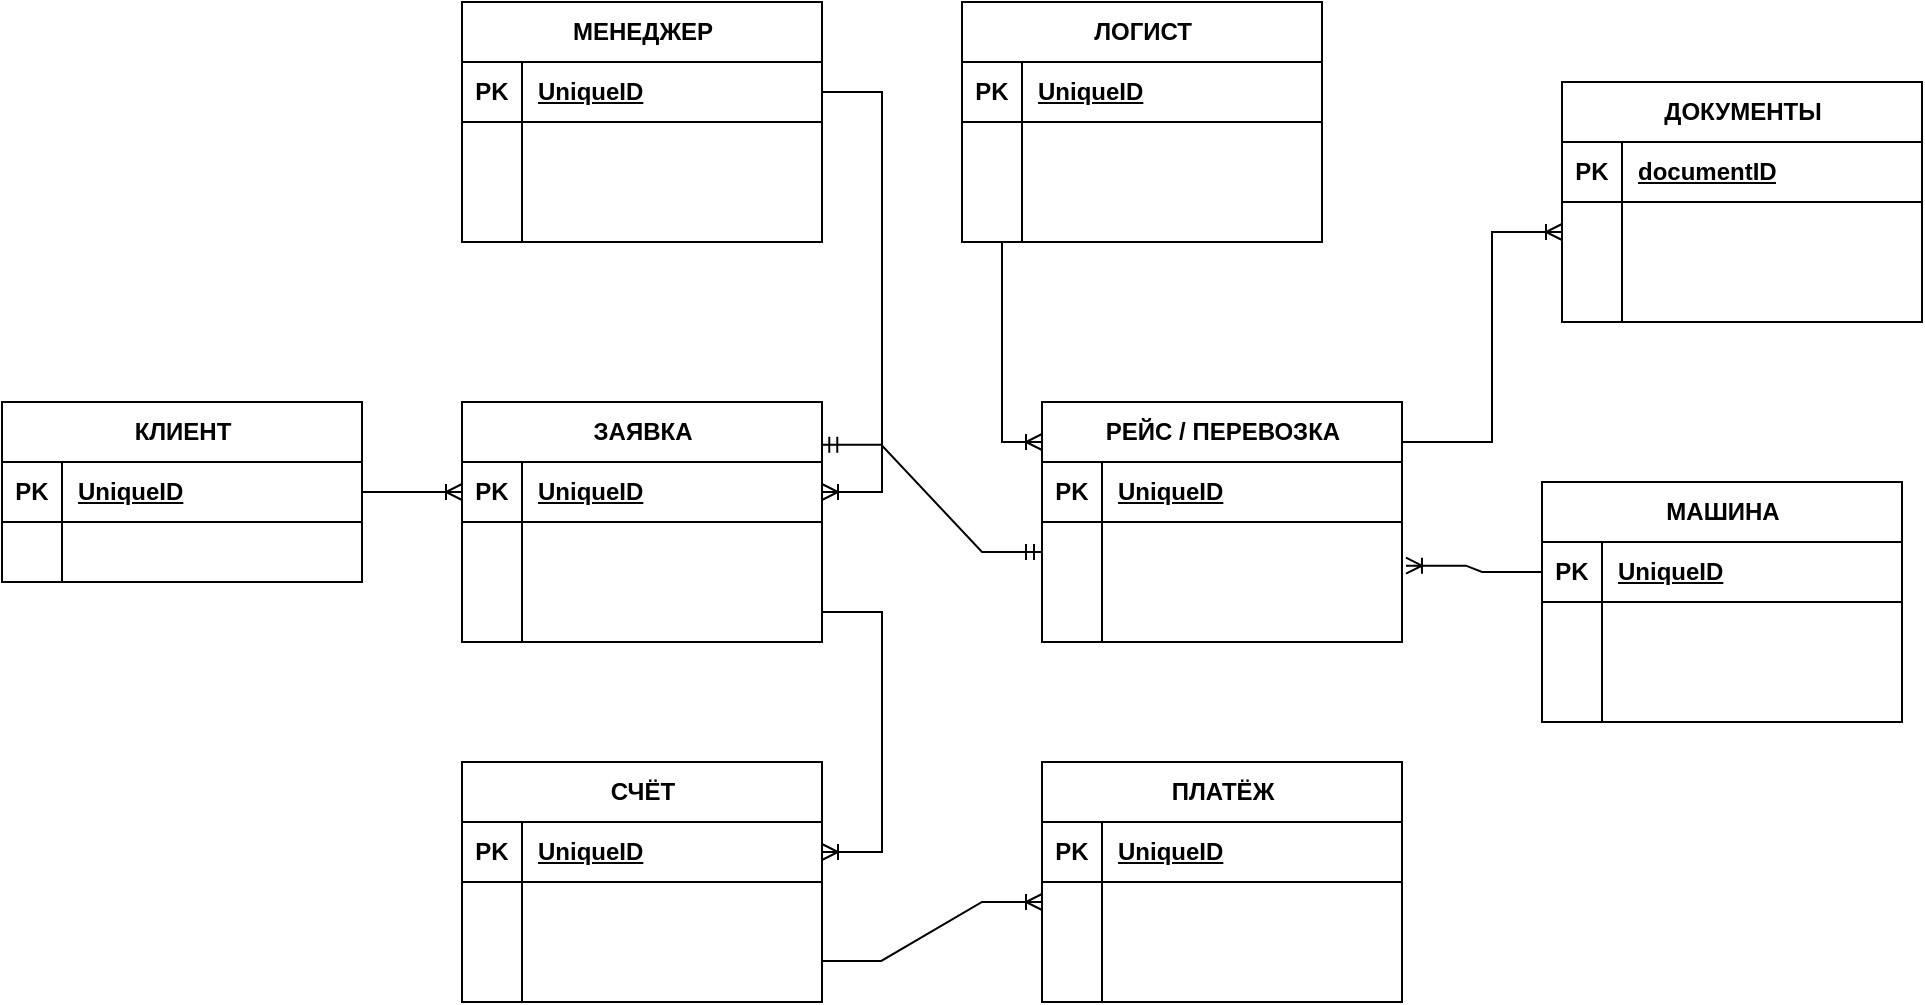
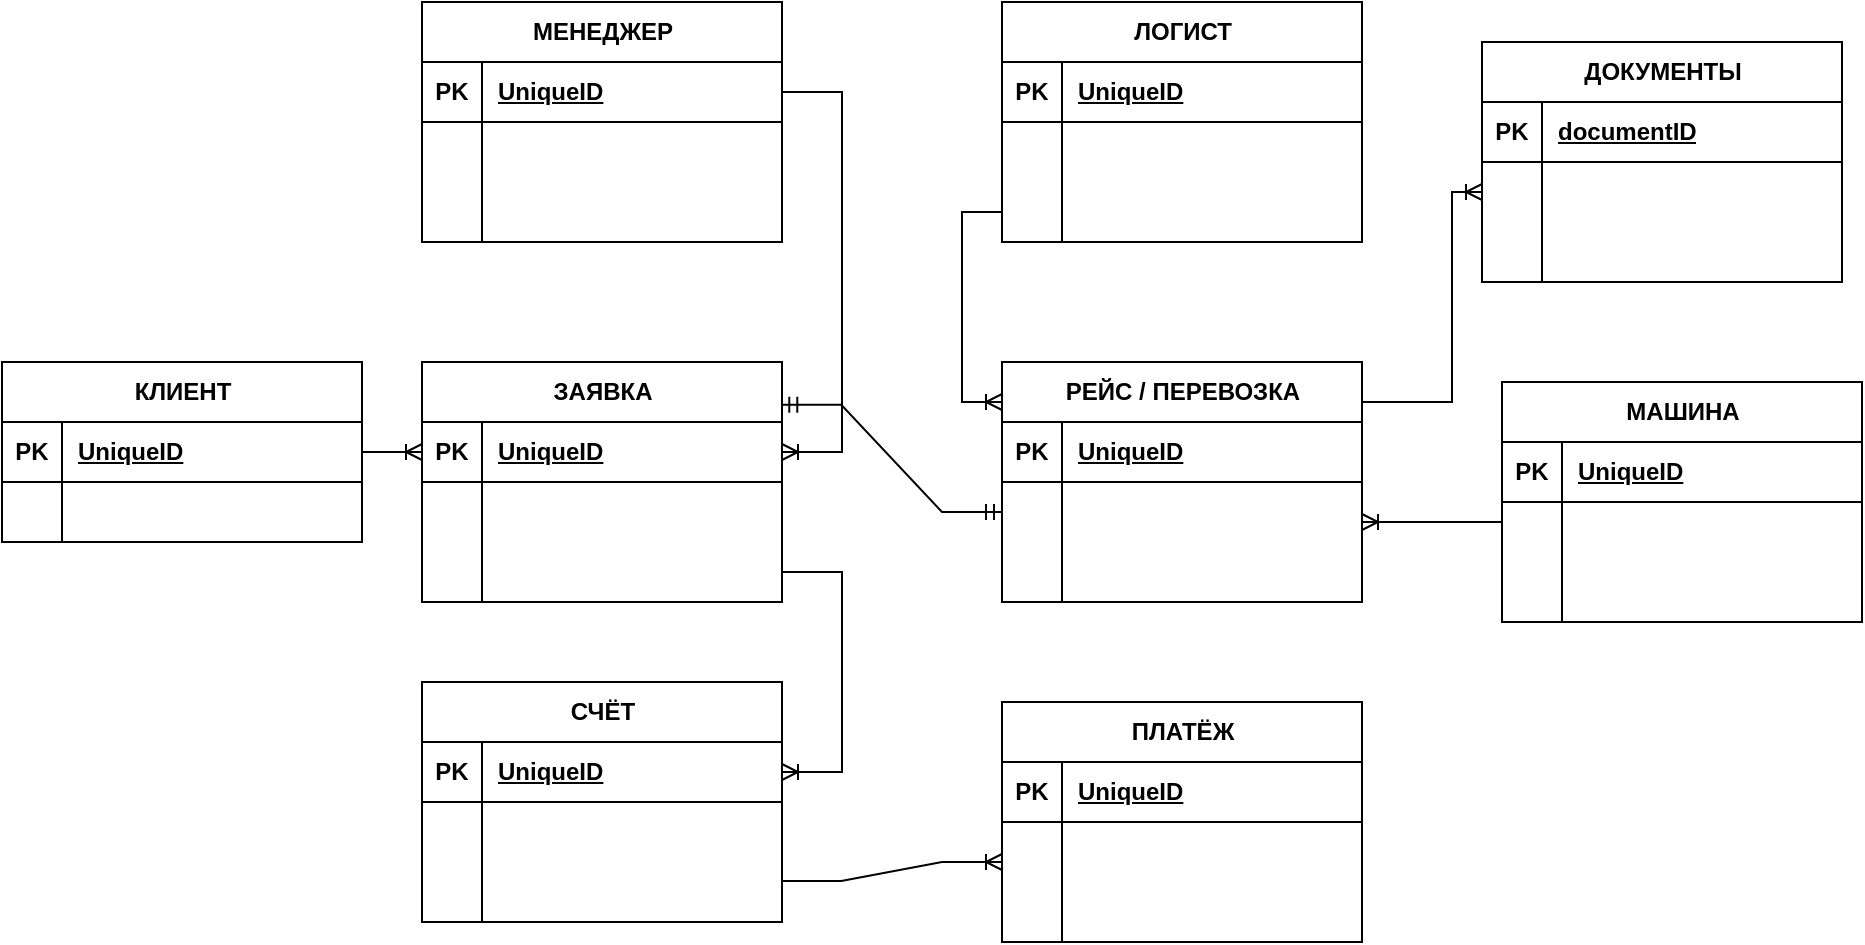
<mxfile host="app.diagrams.net" agent="Mozilla/5.0 (Windows NT 10.0; Win64; x64) AppleWebKit/537.36 (KHTML, like Gecko) Chrome/147.0.0.0 Safari/537.36">
  <diagram id="R2lEEEUBdFMjLlhIrx00" name="Page-1">
-     <mxGraphModel dx="1619" dy="777" grid="1" gridSize="10" guides="1" tooltips="1" connect="1" arrows="1" fold="1" page="1" pageScale="1" pageWidth="850" pageHeight="1100" math="0" shadow="0" extFonts="Permanent Marker^https://fonts.googleapis.com/css?family=Permanent+Marker">
+     <mxGraphModel dx="1370" dy="658" grid="1" gridSize="10" guides="1" tooltips="1" connect="1" arrows="1" fold="1" page="1" pageScale="1" pageWidth="850" pageHeight="1100" math="0" shadow="0" extFonts="Permanent Marker^https://fonts.googleapis.com/css?family=Permanent+Marker">
      <root>
        <mxCell id="0" />
        <mxCell id="1" parent="0" />
        <mxCell id="3OCup9Mj8i4Q2o5QPUCX-1" parent="1" style="shape=table;startSize=30;container=1;collapsible=1;childLayout=tableLayout;fixedRows=1;rowLines=0;fontStyle=1;align=center;resizeLast=1;html=1;" value="КЛИЕНТ" vertex="1">
-           <mxGeometry height="90" width="180" x="550" y="220" as="geometry" />
+           <mxGeometry height="90" width="180" x="570" y="220" as="geometry" />
        </mxCell>
        <mxCell id="3OCup9Mj8i4Q2o5QPUCX-2" parent="3OCup9Mj8i4Q2o5QPUCX-1" style="shape=tableRow;horizontal=0;startSize=0;swimlaneHead=0;swimlaneBody=0;fillColor=none;collapsible=0;dropTarget=0;points=[[0,0.5],[1,0.5]];portConstraint=eastwest;top=0;left=0;right=0;bottom=1;" value="" vertex="1">
          <mxGeometry height="30" width="180" y="30" as="geometry" />
        </mxCell>
        <mxCell id="3OCup9Mj8i4Q2o5QPUCX-3" parent="3OCup9Mj8i4Q2o5QPUCX-2" style="shape=partialRectangle;connectable=0;fillColor=none;top=0;left=0;bottom=0;right=0;fontStyle=1;overflow=hidden;whiteSpace=wrap;html=1;" value="PK" vertex="1">
          <mxGeometry height="30" width="30" as="geometry">
            <mxRectangle height="30" width="30" as="alternateBounds" />
          </mxGeometry>
        </mxCell>
        <mxCell id="3OCup9Mj8i4Q2o5QPUCX-4" parent="3OCup9Mj8i4Q2o5QPUCX-2" style="shape=partialRectangle;connectable=0;fillColor=none;top=0;left=0;bottom=0;right=0;align=left;spacingLeft=6;fontStyle=5;overflow=hidden;whiteSpace=wrap;html=1;" value="UniqueID" vertex="1">
          <mxGeometry height="30" width="150" x="30" as="geometry">
            <mxRectangle height="30" width="150" as="alternateBounds" />
          </mxGeometry>
        </mxCell>
        <mxCell id="3OCup9Mj8i4Q2o5QPUCX-5" parent="3OCup9Mj8i4Q2o5QPUCX-1" style="shape=tableRow;horizontal=0;startSize=0;swimlaneHead=0;swimlaneBody=0;fillColor=none;collapsible=0;dropTarget=0;points=[[0,0.5],[1,0.5]];portConstraint=eastwest;top=0;left=0;right=0;bottom=0;" value="" vertex="1">
          <mxGeometry height="30" width="180" y="60" as="geometry" />
        </mxCell>
        <mxCell id="3OCup9Mj8i4Q2o5QPUCX-6" parent="3OCup9Mj8i4Q2o5QPUCX-5" style="shape=partialRectangle;connectable=0;fillColor=none;top=0;left=0;bottom=0;right=0;editable=1;overflow=hidden;whiteSpace=wrap;html=1;" value="" vertex="1">
          <mxGeometry height="30" width="30" as="geometry">
            <mxRectangle height="30" width="30" as="alternateBounds" />
          </mxGeometry>
        </mxCell>
        <mxCell id="3OCup9Mj8i4Q2o5QPUCX-7" parent="3OCup9Mj8i4Q2o5QPUCX-5" style="shape=partialRectangle;connectable=0;fillColor=none;top=0;left=0;bottom=0;right=0;align=left;spacingLeft=6;overflow=hidden;whiteSpace=wrap;html=1;" value="" vertex="1">
          <mxGeometry height="30" width="150" x="30" as="geometry">
            <mxRectangle height="30" width="150" as="alternateBounds" />
          </mxGeometry>
        </mxCell>
        <mxCell id="3OCup9Mj8i4Q2o5QPUCX-14" parent="1" style="shape=table;startSize=30;container=1;collapsible=1;childLayout=tableLayout;fixedRows=1;rowLines=0;fontStyle=1;align=center;resizeLast=1;html=1;" value="ЗАЯВКА" vertex="1">
          <mxGeometry height="120" width="180" x="780" y="220" as="geometry" />
        </mxCell>
        <mxCell id="3OCup9Mj8i4Q2o5QPUCX-15" parent="3OCup9Mj8i4Q2o5QPUCX-14" style="shape=tableRow;horizontal=0;startSize=0;swimlaneHead=0;swimlaneBody=0;fillColor=none;collapsible=0;dropTarget=0;points=[[0,0.5],[1,0.5]];portConstraint=eastwest;top=0;left=0;right=0;bottom=1;" value="" vertex="1">
          <mxGeometry height="30" width="180" y="30" as="geometry" />
        </mxCell>
        <mxCell id="3OCup9Mj8i4Q2o5QPUCX-16" parent="3OCup9Mj8i4Q2o5QPUCX-15" style="shape=partialRectangle;connectable=0;fillColor=none;top=0;left=0;bottom=0;right=0;fontStyle=1;overflow=hidden;whiteSpace=wrap;html=1;" value="PK" vertex="1">
          <mxGeometry height="30" width="30" as="geometry">
            <mxRectangle height="30" width="30" as="alternateBounds" />
          </mxGeometry>
        </mxCell>
        <mxCell id="3OCup9Mj8i4Q2o5QPUCX-17" parent="3OCup9Mj8i4Q2o5QPUCX-15" style="shape=partialRectangle;connectable=0;fillColor=none;top=0;left=0;bottom=0;right=0;align=left;spacingLeft=6;fontStyle=5;overflow=hidden;whiteSpace=wrap;html=1;" value="UniqueID" vertex="1">
          <mxGeometry height="30" width="150" x="30" as="geometry">
            <mxRectangle height="30" width="150" as="alternateBounds" />
          </mxGeometry>
        </mxCell>
        <mxCell id="3OCup9Mj8i4Q2o5QPUCX-18" parent="3OCup9Mj8i4Q2o5QPUCX-14" style="shape=tableRow;horizontal=0;startSize=0;swimlaneHead=0;swimlaneBody=0;fillColor=none;collapsible=0;dropTarget=0;points=[[0,0.5],[1,0.5]];portConstraint=eastwest;top=0;left=0;right=0;bottom=0;" value="" vertex="1">
          <mxGeometry height="30" width="180" y="60" as="geometry" />
        </mxCell>
        <mxCell id="3OCup9Mj8i4Q2o5QPUCX-19" parent="3OCup9Mj8i4Q2o5QPUCX-18" style="shape=partialRectangle;connectable=0;fillColor=none;top=0;left=0;bottom=0;right=0;editable=1;overflow=hidden;whiteSpace=wrap;html=1;" value="" vertex="1">
          <mxGeometry height="30" width="30" as="geometry">
            <mxRectangle height="30" width="30" as="alternateBounds" />
          </mxGeometry>
        </mxCell>
        <mxCell id="3OCup9Mj8i4Q2o5QPUCX-20" parent="3OCup9Mj8i4Q2o5QPUCX-18" style="shape=partialRectangle;connectable=0;fillColor=none;top=0;left=0;bottom=0;right=0;align=left;spacingLeft=6;overflow=hidden;whiteSpace=wrap;html=1;" value="" vertex="1">
          <mxGeometry height="30" width="150" x="30" as="geometry">
            <mxRectangle height="30" width="150" as="alternateBounds" />
          </mxGeometry>
        </mxCell>
        <mxCell id="3OCup9Mj8i4Q2o5QPUCX-24" parent="3OCup9Mj8i4Q2o5QPUCX-14" style="shape=tableRow;horizontal=0;startSize=0;swimlaneHead=0;swimlaneBody=0;fillColor=none;collapsible=0;dropTarget=0;points=[[0,0.5],[1,0.5]];portConstraint=eastwest;top=0;left=0;right=0;bottom=0;" value="" vertex="1">
          <mxGeometry height="30" width="180" y="90" as="geometry" />
        </mxCell>
        <mxCell id="3OCup9Mj8i4Q2o5QPUCX-25" parent="3OCup9Mj8i4Q2o5QPUCX-24" style="shape=partialRectangle;connectable=0;fillColor=none;top=0;left=0;bottom=0;right=0;editable=1;overflow=hidden;whiteSpace=wrap;html=1;" value="" vertex="1">
          <mxGeometry height="30" width="30" as="geometry">
            <mxRectangle height="30" width="30" as="alternateBounds" />
          </mxGeometry>
        </mxCell>
        <mxCell id="3OCup9Mj8i4Q2o5QPUCX-26" parent="3OCup9Mj8i4Q2o5QPUCX-24" style="shape=partialRectangle;connectable=0;fillColor=none;top=0;left=0;bottom=0;right=0;align=left;spacingLeft=6;overflow=hidden;whiteSpace=wrap;html=1;" value="" vertex="1">
          <mxGeometry height="30" width="150" x="30" as="geometry">
            <mxRectangle height="30" width="150" as="alternateBounds" />
          </mxGeometry>
        </mxCell>
        <mxCell id="3OCup9Mj8i4Q2o5QPUCX-27" parent="1" style="shape=table;startSize=30;container=1;collapsible=1;childLayout=tableLayout;fixedRows=1;rowLines=0;fontStyle=1;align=center;resizeLast=1;html=1;" value="СЧЁТ" vertex="1">
-           <mxGeometry height="120" width="180" x="780" y="400" as="geometry" />
+           <mxGeometry height="120" width="180" x="780" y="380" as="geometry" />
        </mxCell>
        <mxCell id="3OCup9Mj8i4Q2o5QPUCX-28" parent="3OCup9Mj8i4Q2o5QPUCX-27" style="shape=tableRow;horizontal=0;startSize=0;swimlaneHead=0;swimlaneBody=0;fillColor=none;collapsible=0;dropTarget=0;points=[[0,0.5],[1,0.5]];portConstraint=eastwest;top=0;left=0;right=0;bottom=1;" value="" vertex="1">
          <mxGeometry height="30" width="180" y="30" as="geometry" />
        </mxCell>
        <mxCell id="3OCup9Mj8i4Q2o5QPUCX-29" parent="3OCup9Mj8i4Q2o5QPUCX-28" style="shape=partialRectangle;connectable=0;fillColor=none;top=0;left=0;bottom=0;right=0;fontStyle=1;overflow=hidden;whiteSpace=wrap;html=1;" value="PK" vertex="1">
          <mxGeometry height="30" width="30" as="geometry">
            <mxRectangle height="30" width="30" as="alternateBounds" />
          </mxGeometry>
        </mxCell>
        <mxCell id="3OCup9Mj8i4Q2o5QPUCX-30" parent="3OCup9Mj8i4Q2o5QPUCX-28" style="shape=partialRectangle;connectable=0;fillColor=none;top=0;left=0;bottom=0;right=0;align=left;spacingLeft=6;fontStyle=5;overflow=hidden;whiteSpace=wrap;html=1;" value="UniqueID" vertex="1">
          <mxGeometry height="30" width="150" x="30" as="geometry">
            <mxRectangle height="30" width="150" as="alternateBounds" />
          </mxGeometry>
        </mxCell>
        <mxCell id="3OCup9Mj8i4Q2o5QPUCX-31" parent="3OCup9Mj8i4Q2o5QPUCX-27" style="shape=tableRow;horizontal=0;startSize=0;swimlaneHead=0;swimlaneBody=0;fillColor=none;collapsible=0;dropTarget=0;points=[[0,0.5],[1,0.5]];portConstraint=eastwest;top=0;left=0;right=0;bottom=0;" value="" vertex="1">
          <mxGeometry height="30" width="180" y="60" as="geometry" />
        </mxCell>
        <mxCell id="3OCup9Mj8i4Q2o5QPUCX-32" parent="3OCup9Mj8i4Q2o5QPUCX-31" style="shape=partialRectangle;connectable=0;fillColor=none;top=0;left=0;bottom=0;right=0;editable=1;overflow=hidden;whiteSpace=wrap;html=1;" value="" vertex="1">
          <mxGeometry height="30" width="30" as="geometry">
            <mxRectangle height="30" width="30" as="alternateBounds" />
          </mxGeometry>
        </mxCell>
        <mxCell id="3OCup9Mj8i4Q2o5QPUCX-33" parent="3OCup9Mj8i4Q2o5QPUCX-31" style="shape=partialRectangle;connectable=0;fillColor=none;top=0;left=0;bottom=0;right=0;align=left;spacingLeft=6;overflow=hidden;whiteSpace=wrap;html=1;" value="" vertex="1">
          <mxGeometry height="30" width="150" x="30" as="geometry">
            <mxRectangle height="30" width="150" as="alternateBounds" />
          </mxGeometry>
        </mxCell>
        <mxCell id="3OCup9Mj8i4Q2o5QPUCX-34" parent="3OCup9Mj8i4Q2o5QPUCX-27" style="shape=tableRow;horizontal=0;startSize=0;swimlaneHead=0;swimlaneBody=0;fillColor=none;collapsible=0;dropTarget=0;points=[[0,0.5],[1,0.5]];portConstraint=eastwest;top=0;left=0;right=0;bottom=0;" value="" vertex="1">
          <mxGeometry height="30" width="180" y="90" as="geometry" />
        </mxCell>
        <mxCell id="3OCup9Mj8i4Q2o5QPUCX-35" parent="3OCup9Mj8i4Q2o5QPUCX-34" style="shape=partialRectangle;connectable=0;fillColor=none;top=0;left=0;bottom=0;right=0;editable=1;overflow=hidden;whiteSpace=wrap;html=1;" value="" vertex="1">
          <mxGeometry height="30" width="30" as="geometry">
            <mxRectangle height="30" width="30" as="alternateBounds" />
          </mxGeometry>
        </mxCell>
        <mxCell id="3OCup9Mj8i4Q2o5QPUCX-36" parent="3OCup9Mj8i4Q2o5QPUCX-34" style="shape=partialRectangle;connectable=0;fillColor=none;top=0;left=0;bottom=0;right=0;align=left;spacingLeft=6;overflow=hidden;whiteSpace=wrap;html=1;" value="" vertex="1">
          <mxGeometry height="30" width="150" x="30" as="geometry">
            <mxRectangle height="30" width="150" as="alternateBounds" />
          </mxGeometry>
        </mxCell>
        <mxCell id="3OCup9Mj8i4Q2o5QPUCX-40" parent="1" style="shape=table;startSize=30;container=1;collapsible=1;childLayout=tableLayout;fixedRows=1;rowLines=0;fontStyle=1;align=center;resizeLast=1;html=1;" value="РЕЙС / ПЕРЕВОЗКА" vertex="1">
          <mxGeometry height="120" width="180" x="1070" y="220" as="geometry" />
        </mxCell>
        <mxCell id="3OCup9Mj8i4Q2o5QPUCX-41" parent="3OCup9Mj8i4Q2o5QPUCX-40" style="shape=tableRow;horizontal=0;startSize=0;swimlaneHead=0;swimlaneBody=0;fillColor=none;collapsible=0;dropTarget=0;points=[[0,0.5],[1,0.5]];portConstraint=eastwest;top=0;left=0;right=0;bottom=1;" value="" vertex="1">
          <mxGeometry height="30" width="180" y="30" as="geometry" />
        </mxCell>
        <mxCell id="3OCup9Mj8i4Q2o5QPUCX-42" parent="3OCup9Mj8i4Q2o5QPUCX-41" style="shape=partialRectangle;connectable=0;fillColor=none;top=0;left=0;bottom=0;right=0;fontStyle=1;overflow=hidden;whiteSpace=wrap;html=1;" value="PK" vertex="1">
          <mxGeometry height="30" width="30" as="geometry">
            <mxRectangle height="30" width="30" as="alternateBounds" />
          </mxGeometry>
        </mxCell>
        <mxCell id="3OCup9Mj8i4Q2o5QPUCX-43" parent="3OCup9Mj8i4Q2o5QPUCX-41" style="shape=partialRectangle;connectable=0;fillColor=none;top=0;left=0;bottom=0;right=0;align=left;spacingLeft=6;fontStyle=5;overflow=hidden;whiteSpace=wrap;html=1;" value="UniqueID" vertex="1">
          <mxGeometry height="30" width="150" x="30" as="geometry">
            <mxRectangle height="30" width="150" as="alternateBounds" />
          </mxGeometry>
        </mxCell>
        <mxCell id="3OCup9Mj8i4Q2o5QPUCX-44" parent="3OCup9Mj8i4Q2o5QPUCX-40" style="shape=tableRow;horizontal=0;startSize=0;swimlaneHead=0;swimlaneBody=0;fillColor=none;collapsible=0;dropTarget=0;points=[[0,0.5],[1,0.5]];portConstraint=eastwest;top=0;left=0;right=0;bottom=0;" value="" vertex="1">
          <mxGeometry height="30" width="180" y="60" as="geometry" />
        </mxCell>
        <mxCell id="3OCup9Mj8i4Q2o5QPUCX-45" parent="3OCup9Mj8i4Q2o5QPUCX-44" style="shape=partialRectangle;connectable=0;fillColor=none;top=0;left=0;bottom=0;right=0;editable=1;overflow=hidden;whiteSpace=wrap;html=1;" value="" vertex="1">
          <mxGeometry height="30" width="30" as="geometry">
            <mxRectangle height="30" width="30" as="alternateBounds" />
          </mxGeometry>
        </mxCell>
        <mxCell id="3OCup9Mj8i4Q2o5QPUCX-46" parent="3OCup9Mj8i4Q2o5QPUCX-44" style="shape=partialRectangle;connectable=0;fillColor=none;top=0;left=0;bottom=0;right=0;align=left;spacingLeft=6;overflow=hidden;whiteSpace=wrap;html=1;" value="" vertex="1">
          <mxGeometry height="30" width="150" x="30" as="geometry">
            <mxRectangle height="30" width="150" as="alternateBounds" />
          </mxGeometry>
        </mxCell>
        <mxCell id="3OCup9Mj8i4Q2o5QPUCX-47" parent="3OCup9Mj8i4Q2o5QPUCX-40" style="shape=tableRow;horizontal=0;startSize=0;swimlaneHead=0;swimlaneBody=0;fillColor=none;collapsible=0;dropTarget=0;points=[[0,0.5],[1,0.5]];portConstraint=eastwest;top=0;left=0;right=0;bottom=0;" value="" vertex="1">
          <mxGeometry height="30" width="180" y="90" as="geometry" />
        </mxCell>
        <mxCell id="3OCup9Mj8i4Q2o5QPUCX-48" parent="3OCup9Mj8i4Q2o5QPUCX-47" style="shape=partialRectangle;connectable=0;fillColor=none;top=0;left=0;bottom=0;right=0;editable=1;overflow=hidden;whiteSpace=wrap;html=1;" value="" vertex="1">
          <mxGeometry height="30" width="30" as="geometry">
            <mxRectangle height="30" width="30" as="alternateBounds" />
          </mxGeometry>
        </mxCell>
        <mxCell id="3OCup9Mj8i4Q2o5QPUCX-49" parent="3OCup9Mj8i4Q2o5QPUCX-47" style="shape=partialRectangle;connectable=0;fillColor=none;top=0;left=0;bottom=0;right=0;align=left;spacingLeft=6;overflow=hidden;whiteSpace=wrap;html=1;" value="" vertex="1">
          <mxGeometry height="30" width="150" x="30" as="geometry">
            <mxRectangle height="30" width="150" as="alternateBounds" />
          </mxGeometry>
        </mxCell>
        <mxCell id="3OCup9Mj8i4Q2o5QPUCX-53" parent="1" style="shape=table;startSize=30;container=1;collapsible=1;childLayout=tableLayout;fixedRows=1;rowLines=0;fontStyle=1;align=center;resizeLast=1;html=1;" value="МАШИНА" vertex="1">
-           <mxGeometry height="120" width="180" x="1320" y="260" as="geometry" />
+           <mxGeometry height="120" width="180" x="1320" y="230" as="geometry" />
        </mxCell>
        <mxCell id="3OCup9Mj8i4Q2o5QPUCX-54" parent="3OCup9Mj8i4Q2o5QPUCX-53" style="shape=tableRow;horizontal=0;startSize=0;swimlaneHead=0;swimlaneBody=0;fillColor=none;collapsible=0;dropTarget=0;points=[[0,0.5],[1,0.5]];portConstraint=eastwest;top=0;left=0;right=0;bottom=1;" value="" vertex="1">
          <mxGeometry height="30" width="180" y="30" as="geometry" />
        </mxCell>
        <mxCell id="3OCup9Mj8i4Q2o5QPUCX-55" parent="3OCup9Mj8i4Q2o5QPUCX-54" style="shape=partialRectangle;connectable=0;fillColor=none;top=0;left=0;bottom=0;right=0;fontStyle=1;overflow=hidden;whiteSpace=wrap;html=1;" value="PK" vertex="1">
          <mxGeometry height="30" width="30" as="geometry">
            <mxRectangle height="30" width="30" as="alternateBounds" />
          </mxGeometry>
        </mxCell>
        <mxCell id="3OCup9Mj8i4Q2o5QPUCX-56" parent="3OCup9Mj8i4Q2o5QPUCX-54" style="shape=partialRectangle;connectable=0;fillColor=none;top=0;left=0;bottom=0;right=0;align=left;spacingLeft=6;fontStyle=5;overflow=hidden;whiteSpace=wrap;html=1;" value="UniqueID" vertex="1">
          <mxGeometry height="30" width="150" x="30" as="geometry">
            <mxRectangle height="30" width="150" as="alternateBounds" />
          </mxGeometry>
        </mxCell>
        <mxCell id="3OCup9Mj8i4Q2o5QPUCX-57" parent="3OCup9Mj8i4Q2o5QPUCX-53" style="shape=tableRow;horizontal=0;startSize=0;swimlaneHead=0;swimlaneBody=0;fillColor=none;collapsible=0;dropTarget=0;points=[[0,0.5],[1,0.5]];portConstraint=eastwest;top=0;left=0;right=0;bottom=0;" value="" vertex="1">
          <mxGeometry height="30" width="180" y="60" as="geometry" />
        </mxCell>
        <mxCell id="3OCup9Mj8i4Q2o5QPUCX-58" parent="3OCup9Mj8i4Q2o5QPUCX-57" style="shape=partialRectangle;connectable=0;fillColor=none;top=0;left=0;bottom=0;right=0;editable=1;overflow=hidden;whiteSpace=wrap;html=1;" value="" vertex="1">
          <mxGeometry height="30" width="30" as="geometry">
            <mxRectangle height="30" width="30" as="alternateBounds" />
          </mxGeometry>
        </mxCell>
        <mxCell id="3OCup9Mj8i4Q2o5QPUCX-59" parent="3OCup9Mj8i4Q2o5QPUCX-57" style="shape=partialRectangle;connectable=0;fillColor=none;top=0;left=0;bottom=0;right=0;align=left;spacingLeft=6;overflow=hidden;whiteSpace=wrap;html=1;" value="" vertex="1">
          <mxGeometry height="30" width="150" x="30" as="geometry">
            <mxRectangle height="30" width="150" as="alternateBounds" />
          </mxGeometry>
        </mxCell>
        <mxCell id="3OCup9Mj8i4Q2o5QPUCX-60" parent="3OCup9Mj8i4Q2o5QPUCX-53" style="shape=tableRow;horizontal=0;startSize=0;swimlaneHead=0;swimlaneBody=0;fillColor=none;collapsible=0;dropTarget=0;points=[[0,0.5],[1,0.5]];portConstraint=eastwest;top=0;left=0;right=0;bottom=0;" value="" vertex="1">
          <mxGeometry height="30" width="180" y="90" as="geometry" />
        </mxCell>
        <mxCell id="3OCup9Mj8i4Q2o5QPUCX-61" parent="3OCup9Mj8i4Q2o5QPUCX-60" style="shape=partialRectangle;connectable=0;fillColor=none;top=0;left=0;bottom=0;right=0;editable=1;overflow=hidden;whiteSpace=wrap;html=1;" value="" vertex="1">
          <mxGeometry height="30" width="30" as="geometry">
            <mxRectangle height="30" width="30" as="alternateBounds" />
          </mxGeometry>
        </mxCell>
        <mxCell id="3OCup9Mj8i4Q2o5QPUCX-62" parent="3OCup9Mj8i4Q2o5QPUCX-60" style="shape=partialRectangle;connectable=0;fillColor=none;top=0;left=0;bottom=0;right=0;align=left;spacingLeft=6;overflow=hidden;whiteSpace=wrap;html=1;" value="" vertex="1">
          <mxGeometry height="30" width="150" x="30" as="geometry">
            <mxRectangle height="30" width="150" as="alternateBounds" />
          </mxGeometry>
        </mxCell>
        <mxCell id="3OCup9Mj8i4Q2o5QPUCX-66" parent="1" style="shape=table;startSize=30;container=1;collapsible=1;childLayout=tableLayout;fixedRows=1;rowLines=0;fontStyle=1;align=center;resizeLast=1;html=1;" value="МЕНЕДЖЕР" vertex="1">
-           <mxGeometry height="120" width="180" x="780" y="20" as="geometry" />
+           <mxGeometry height="120" width="180" x="780" y="40" as="geometry" />
        </mxCell>
        <mxCell id="3OCup9Mj8i4Q2o5QPUCX-67" parent="3OCup9Mj8i4Q2o5QPUCX-66" style="shape=tableRow;horizontal=0;startSize=0;swimlaneHead=0;swimlaneBody=0;fillColor=none;collapsible=0;dropTarget=0;points=[[0,0.5],[1,0.5]];portConstraint=eastwest;top=0;left=0;right=0;bottom=1;" value="" vertex="1">
          <mxGeometry height="30" width="180" y="30" as="geometry" />
        </mxCell>
        <mxCell id="3OCup9Mj8i4Q2o5QPUCX-68" parent="3OCup9Mj8i4Q2o5QPUCX-67" style="shape=partialRectangle;connectable=0;fillColor=none;top=0;left=0;bottom=0;right=0;fontStyle=1;overflow=hidden;whiteSpace=wrap;html=1;" value="PK" vertex="1">
          <mxGeometry height="30" width="30" as="geometry">
            <mxRectangle height="30" width="30" as="alternateBounds" />
          </mxGeometry>
        </mxCell>
        <mxCell id="3OCup9Mj8i4Q2o5QPUCX-69" parent="3OCup9Mj8i4Q2o5QPUCX-67" style="shape=partialRectangle;connectable=0;fillColor=none;top=0;left=0;bottom=0;right=0;align=left;spacingLeft=6;fontStyle=5;overflow=hidden;whiteSpace=wrap;html=1;" value="UniqueID" vertex="1">
          <mxGeometry height="30" width="150" x="30" as="geometry">
            <mxRectangle height="30" width="150" as="alternateBounds" />
          </mxGeometry>
        </mxCell>
        <mxCell id="3OCup9Mj8i4Q2o5QPUCX-70" parent="3OCup9Mj8i4Q2o5QPUCX-66" style="shape=tableRow;horizontal=0;startSize=0;swimlaneHead=0;swimlaneBody=0;fillColor=none;collapsible=0;dropTarget=0;points=[[0,0.5],[1,0.5]];portConstraint=eastwest;top=0;left=0;right=0;bottom=0;" value="" vertex="1">
          <mxGeometry height="30" width="180" y="60" as="geometry" />
        </mxCell>
        <mxCell id="3OCup9Mj8i4Q2o5QPUCX-71" parent="3OCup9Mj8i4Q2o5QPUCX-70" style="shape=partialRectangle;connectable=0;fillColor=none;top=0;left=0;bottom=0;right=0;editable=1;overflow=hidden;whiteSpace=wrap;html=1;" value="" vertex="1">
          <mxGeometry height="30" width="30" as="geometry">
            <mxRectangle height="30" width="30" as="alternateBounds" />
          </mxGeometry>
        </mxCell>
        <mxCell id="3OCup9Mj8i4Q2o5QPUCX-72" parent="3OCup9Mj8i4Q2o5QPUCX-70" style="shape=partialRectangle;connectable=0;fillColor=none;top=0;left=0;bottom=0;right=0;align=left;spacingLeft=6;overflow=hidden;whiteSpace=wrap;html=1;" value="" vertex="1">
          <mxGeometry height="30" width="150" x="30" as="geometry">
            <mxRectangle height="30" width="150" as="alternateBounds" />
          </mxGeometry>
        </mxCell>
        <mxCell id="3OCup9Mj8i4Q2o5QPUCX-76" parent="3OCup9Mj8i4Q2o5QPUCX-66" style="shape=tableRow;horizontal=0;startSize=0;swimlaneHead=0;swimlaneBody=0;fillColor=none;collapsible=0;dropTarget=0;points=[[0,0.5],[1,0.5]];portConstraint=eastwest;top=0;left=0;right=0;bottom=0;" value="" vertex="1">
          <mxGeometry height="30" width="180" y="90" as="geometry" />
        </mxCell>
        <mxCell id="3OCup9Mj8i4Q2o5QPUCX-77" parent="3OCup9Mj8i4Q2o5QPUCX-76" style="shape=partialRectangle;connectable=0;fillColor=none;top=0;left=0;bottom=0;right=0;editable=1;overflow=hidden;whiteSpace=wrap;html=1;" value="" vertex="1">
          <mxGeometry height="30" width="30" as="geometry">
            <mxRectangle height="30" width="30" as="alternateBounds" />
          </mxGeometry>
        </mxCell>
        <mxCell id="3OCup9Mj8i4Q2o5QPUCX-78" parent="3OCup9Mj8i4Q2o5QPUCX-76" style="shape=partialRectangle;connectable=0;fillColor=none;top=0;left=0;bottom=0;right=0;align=left;spacingLeft=6;overflow=hidden;whiteSpace=wrap;html=1;" value="" vertex="1">
          <mxGeometry height="30" width="150" x="30" as="geometry">
            <mxRectangle height="30" width="150" as="alternateBounds" />
          </mxGeometry>
        </mxCell>
        <mxCell id="QxH2S9N-whfPdTWI1Ru4-2" parent="1" style="shape=table;startSize=30;container=1;collapsible=1;childLayout=tableLayout;fixedRows=1;rowLines=0;fontStyle=1;align=center;resizeLast=1;html=1;" value="ПЛАТЁЖ" vertex="1">
-           <mxGeometry height="120" width="180" x="1070" y="400" as="geometry" />
+           <mxGeometry height="120" width="180" x="1070" y="390" as="geometry" />
        </mxCell>
        <mxCell id="QxH2S9N-whfPdTWI1Ru4-3" parent="QxH2S9N-whfPdTWI1Ru4-2" style="shape=tableRow;horizontal=0;startSize=0;swimlaneHead=0;swimlaneBody=0;fillColor=none;collapsible=0;dropTarget=0;points=[[0,0.5],[1,0.5]];portConstraint=eastwest;top=0;left=0;right=0;bottom=1;" value="" vertex="1">
          <mxGeometry height="30" width="180" y="30" as="geometry" />
        </mxCell>
        <mxCell id="QxH2S9N-whfPdTWI1Ru4-4" parent="QxH2S9N-whfPdTWI1Ru4-3" style="shape=partialRectangle;connectable=0;fillColor=none;top=0;left=0;bottom=0;right=0;fontStyle=1;overflow=hidden;whiteSpace=wrap;html=1;" value="PK" vertex="1">
          <mxGeometry height="30" width="30" as="geometry">
            <mxRectangle height="30" width="30" as="alternateBounds" />
          </mxGeometry>
        </mxCell>
        <mxCell id="QxH2S9N-whfPdTWI1Ru4-5" parent="QxH2S9N-whfPdTWI1Ru4-3" style="shape=partialRectangle;connectable=0;fillColor=none;top=0;left=0;bottom=0;right=0;align=left;spacingLeft=6;fontStyle=5;overflow=hidden;whiteSpace=wrap;html=1;" value="UniqueID" vertex="1">
          <mxGeometry height="30" width="150" x="30" as="geometry">
            <mxRectangle height="30" width="150" as="alternateBounds" />
          </mxGeometry>
        </mxCell>
        <mxCell id="QxH2S9N-whfPdTWI1Ru4-6" parent="QxH2S9N-whfPdTWI1Ru4-2" style="shape=tableRow;horizontal=0;startSize=0;swimlaneHead=0;swimlaneBody=0;fillColor=none;collapsible=0;dropTarget=0;points=[[0,0.5],[1,0.5]];portConstraint=eastwest;top=0;left=0;right=0;bottom=0;" value="" vertex="1">
          <mxGeometry height="30" width="180" y="60" as="geometry" />
        </mxCell>
        <mxCell id="QxH2S9N-whfPdTWI1Ru4-7" parent="QxH2S9N-whfPdTWI1Ru4-6" style="shape=partialRectangle;connectable=0;fillColor=none;top=0;left=0;bottom=0;right=0;editable=1;overflow=hidden;whiteSpace=wrap;html=1;" value="" vertex="1">
          <mxGeometry height="30" width="30" as="geometry">
            <mxRectangle height="30" width="30" as="alternateBounds" />
          </mxGeometry>
        </mxCell>
        <mxCell id="QxH2S9N-whfPdTWI1Ru4-8" parent="QxH2S9N-whfPdTWI1Ru4-6" style="shape=partialRectangle;connectable=0;fillColor=none;top=0;left=0;bottom=0;right=0;align=left;spacingLeft=6;overflow=hidden;whiteSpace=wrap;html=1;" value="" vertex="1">
          <mxGeometry height="30" width="150" x="30" as="geometry">
            <mxRectangle height="30" width="150" as="alternateBounds" />
          </mxGeometry>
        </mxCell>
        <mxCell id="QxH2S9N-whfPdTWI1Ru4-9" parent="QxH2S9N-whfPdTWI1Ru4-2" style="shape=tableRow;horizontal=0;startSize=0;swimlaneHead=0;swimlaneBody=0;fillColor=none;collapsible=0;dropTarget=0;points=[[0,0.5],[1,0.5]];portConstraint=eastwest;top=0;left=0;right=0;bottom=0;" value="" vertex="1">
          <mxGeometry height="30" width="180" y="90" as="geometry" />
        </mxCell>
        <mxCell id="QxH2S9N-whfPdTWI1Ru4-10" parent="QxH2S9N-whfPdTWI1Ru4-9" style="shape=partialRectangle;connectable=0;fillColor=none;top=0;left=0;bottom=0;right=0;editable=1;overflow=hidden;whiteSpace=wrap;html=1;" value="" vertex="1">
          <mxGeometry height="30" width="30" as="geometry">
            <mxRectangle height="30" width="30" as="alternateBounds" />
          </mxGeometry>
        </mxCell>
        <mxCell id="QxH2S9N-whfPdTWI1Ru4-11" parent="QxH2S9N-whfPdTWI1Ru4-9" style="shape=partialRectangle;connectable=0;fillColor=none;top=0;left=0;bottom=0;right=0;align=left;spacingLeft=6;overflow=hidden;whiteSpace=wrap;html=1;" value="" vertex="1">
          <mxGeometry height="30" width="150" x="30" as="geometry">
            <mxRectangle height="30" width="150" as="alternateBounds" />
          </mxGeometry>
        </mxCell>
        <mxCell id="QxH2S9N-whfPdTWI1Ru4-15" parent="1" style="shape=table;startSize=30;container=1;collapsible=1;childLayout=tableLayout;fixedRows=1;rowLines=0;fontStyle=1;align=center;resizeLast=1;html=1;" value="ЛОГИСТ" vertex="1">
-           <mxGeometry height="120" width="180" x="1030" y="20" as="geometry" />
+           <mxGeometry height="120" width="180" x="1070" y="40" as="geometry" />
        </mxCell>
        <mxCell id="QxH2S9N-whfPdTWI1Ru4-16" parent="QxH2S9N-whfPdTWI1Ru4-15" style="shape=tableRow;horizontal=0;startSize=0;swimlaneHead=0;swimlaneBody=0;fillColor=none;collapsible=0;dropTarget=0;points=[[0,0.5],[1,0.5]];portConstraint=eastwest;top=0;left=0;right=0;bottom=1;" value="" vertex="1">
          <mxGeometry height="30" width="180" y="30" as="geometry" />
        </mxCell>
        <mxCell id="QxH2S9N-whfPdTWI1Ru4-17" parent="QxH2S9N-whfPdTWI1Ru4-16" style="shape=partialRectangle;connectable=0;fillColor=none;top=0;left=0;bottom=0;right=0;fontStyle=1;overflow=hidden;whiteSpace=wrap;html=1;" value="PK" vertex="1">
          <mxGeometry height="30" width="30" as="geometry">
            <mxRectangle height="30" width="30" as="alternateBounds" />
          </mxGeometry>
        </mxCell>
        <mxCell id="QxH2S9N-whfPdTWI1Ru4-18" parent="QxH2S9N-whfPdTWI1Ru4-16" style="shape=partialRectangle;connectable=0;fillColor=none;top=0;left=0;bottom=0;right=0;align=left;spacingLeft=6;fontStyle=5;overflow=hidden;whiteSpace=wrap;html=1;" value="UniqueID" vertex="1">
          <mxGeometry height="30" width="150" x="30" as="geometry">
            <mxRectangle height="30" width="150" as="alternateBounds" />
          </mxGeometry>
        </mxCell>
        <mxCell id="QxH2S9N-whfPdTWI1Ru4-19" parent="QxH2S9N-whfPdTWI1Ru4-15" style="shape=tableRow;horizontal=0;startSize=0;swimlaneHead=0;swimlaneBody=0;fillColor=none;collapsible=0;dropTarget=0;points=[[0,0.5],[1,0.5]];portConstraint=eastwest;top=0;left=0;right=0;bottom=0;" value="" vertex="1">
          <mxGeometry height="30" width="180" y="60" as="geometry" />
        </mxCell>
        <mxCell id="QxH2S9N-whfPdTWI1Ru4-20" parent="QxH2S9N-whfPdTWI1Ru4-19" style="shape=partialRectangle;connectable=0;fillColor=none;top=0;left=0;bottom=0;right=0;editable=1;overflow=hidden;whiteSpace=wrap;html=1;" value="" vertex="1">
          <mxGeometry height="30" width="30" as="geometry">
            <mxRectangle height="30" width="30" as="alternateBounds" />
          </mxGeometry>
        </mxCell>
        <mxCell id="QxH2S9N-whfPdTWI1Ru4-21" parent="QxH2S9N-whfPdTWI1Ru4-19" style="shape=partialRectangle;connectable=0;fillColor=none;top=0;left=0;bottom=0;right=0;align=left;spacingLeft=6;overflow=hidden;whiteSpace=wrap;html=1;" value="" vertex="1">
          <mxGeometry height="30" width="150" x="30" as="geometry">
            <mxRectangle height="30" width="150" as="alternateBounds" />
          </mxGeometry>
        </mxCell>
        <mxCell id="QxH2S9N-whfPdTWI1Ru4-25" parent="QxH2S9N-whfPdTWI1Ru4-15" style="shape=tableRow;horizontal=0;startSize=0;swimlaneHead=0;swimlaneBody=0;fillColor=none;collapsible=0;dropTarget=0;points=[[0,0.5],[1,0.5]];portConstraint=eastwest;top=0;left=0;right=0;bottom=0;" value="" vertex="1">
          <mxGeometry height="30" width="180" y="90" as="geometry" />
        </mxCell>
        <mxCell id="QxH2S9N-whfPdTWI1Ru4-26" parent="QxH2S9N-whfPdTWI1Ru4-25" style="shape=partialRectangle;connectable=0;fillColor=none;top=0;left=0;bottom=0;right=0;editable=1;overflow=hidden;whiteSpace=wrap;html=1;" value="" vertex="1">
          <mxGeometry height="30" width="30" as="geometry">
            <mxRectangle height="30" width="30" as="alternateBounds" />
          </mxGeometry>
        </mxCell>
        <mxCell id="QxH2S9N-whfPdTWI1Ru4-27" parent="QxH2S9N-whfPdTWI1Ru4-25" style="shape=partialRectangle;connectable=0;fillColor=none;top=0;left=0;bottom=0;right=0;align=left;spacingLeft=6;overflow=hidden;whiteSpace=wrap;html=1;" value="" vertex="1">
          <mxGeometry height="30" width="150" x="30" as="geometry">
            <mxRectangle height="30" width="150" as="alternateBounds" />
          </mxGeometry>
        </mxCell>
        <mxCell id="QxH2S9N-whfPdTWI1Ru4-28" parent="1" style="shape=table;startSize=30;container=1;collapsible=1;childLayout=tableLayout;fixedRows=1;rowLines=0;fontStyle=1;align=center;resizeLast=1;html=1;" value="ДОКУМЕНТЫ" vertex="1">
-           <mxGeometry height="120" width="180" x="1330" y="60" as="geometry" />
+           <mxGeometry height="120" width="180" x="1310" y="60" as="geometry" />
        </mxCell>
        <mxCell id="QxH2S9N-whfPdTWI1Ru4-29" parent="QxH2S9N-whfPdTWI1Ru4-28" style="shape=tableRow;horizontal=0;startSize=0;swimlaneHead=0;swimlaneBody=0;fillColor=none;collapsible=0;dropTarget=0;points=[[0,0.5],[1,0.5]];portConstraint=eastwest;top=0;left=0;right=0;bottom=1;" value="" vertex="1">
          <mxGeometry height="30" width="180" y="30" as="geometry" />
        </mxCell>
        <mxCell id="QxH2S9N-whfPdTWI1Ru4-30" parent="QxH2S9N-whfPdTWI1Ru4-29" style="shape=partialRectangle;connectable=0;fillColor=none;top=0;left=0;bottom=0;right=0;fontStyle=1;overflow=hidden;whiteSpace=wrap;html=1;" value="PK" vertex="1">
          <mxGeometry height="30" width="30" as="geometry">
            <mxRectangle height="30" width="30" as="alternateBounds" />
          </mxGeometry>
        </mxCell>
        <mxCell id="QxH2S9N-whfPdTWI1Ru4-31" parent="QxH2S9N-whfPdTWI1Ru4-29" style="shape=partialRectangle;connectable=0;fillColor=none;top=0;left=0;bottom=0;right=0;align=left;spacingLeft=6;fontStyle=5;overflow=hidden;whiteSpace=wrap;html=1;" value="documentID" vertex="1">
          <mxGeometry height="30" width="150" x="30" as="geometry">
            <mxRectangle height="30" width="150" as="alternateBounds" />
          </mxGeometry>
        </mxCell>
        <mxCell id="QxH2S9N-whfPdTWI1Ru4-32" parent="QxH2S9N-whfPdTWI1Ru4-28" style="shape=tableRow;horizontal=0;startSize=0;swimlaneHead=0;swimlaneBody=0;fillColor=none;collapsible=0;dropTarget=0;points=[[0,0.5],[1,0.5]];portConstraint=eastwest;top=0;left=0;right=0;bottom=0;" value="" vertex="1">
          <mxGeometry height="30" width="180" y="60" as="geometry" />
        </mxCell>
        <mxCell id="QxH2S9N-whfPdTWI1Ru4-33" parent="QxH2S9N-whfPdTWI1Ru4-32" style="shape=partialRectangle;connectable=0;fillColor=none;top=0;left=0;bottom=0;right=0;editable=1;overflow=hidden;whiteSpace=wrap;html=1;" value="" vertex="1">
          <mxGeometry height="30" width="30" as="geometry">
            <mxRectangle height="30" width="30" as="alternateBounds" />
          </mxGeometry>
        </mxCell>
        <mxCell id="QxH2S9N-whfPdTWI1Ru4-34" parent="QxH2S9N-whfPdTWI1Ru4-32" style="shape=partialRectangle;connectable=0;fillColor=none;top=0;left=0;bottom=0;right=0;align=left;spacingLeft=6;overflow=hidden;whiteSpace=wrap;html=1;" value="" vertex="1">
          <mxGeometry height="30" width="150" x="30" as="geometry">
            <mxRectangle height="30" width="150" as="alternateBounds" />
          </mxGeometry>
        </mxCell>
        <mxCell id="QxH2S9N-whfPdTWI1Ru4-35" parent="QxH2S9N-whfPdTWI1Ru4-28" style="shape=tableRow;horizontal=0;startSize=0;swimlaneHead=0;swimlaneBody=0;fillColor=none;collapsible=0;dropTarget=0;points=[[0,0.5],[1,0.5]];portConstraint=eastwest;top=0;left=0;right=0;bottom=0;" value="" vertex="1">
          <mxGeometry height="30" width="180" y="90" as="geometry" />
        </mxCell>
        <mxCell id="QxH2S9N-whfPdTWI1Ru4-36" parent="QxH2S9N-whfPdTWI1Ru4-35" style="shape=partialRectangle;connectable=0;fillColor=none;top=0;left=0;bottom=0;right=0;editable=1;overflow=hidden;whiteSpace=wrap;html=1;" value="" vertex="1">
          <mxGeometry height="30" width="30" as="geometry">
            <mxRectangle height="30" width="30" as="alternateBounds" />
          </mxGeometry>
        </mxCell>
        <mxCell id="QxH2S9N-whfPdTWI1Ru4-37" parent="QxH2S9N-whfPdTWI1Ru4-35" style="shape=partialRectangle;connectable=0;fillColor=none;top=0;left=0;bottom=0;right=0;align=left;spacingLeft=6;overflow=hidden;whiteSpace=wrap;html=1;" value="" vertex="1">
          <mxGeometry height="30" width="150" x="30" as="geometry">
            <mxRectangle height="30" width="150" as="alternateBounds" />
          </mxGeometry>
        </mxCell>
        <mxCell id="QxH2S9N-whfPdTWI1Ru4-44" edge="1" parent="1" source="3OCup9Mj8i4Q2o5QPUCX-2" style="edgeStyle=entityRelationEdgeStyle;fontSize=12;html=1;endArrow=ERoneToMany;rounded=0;exitX=1;exitY=0.5;exitDx=0;exitDy=0;entryX=0;entryY=0.5;entryDx=0;entryDy=0;" target="3OCup9Mj8i4Q2o5QPUCX-15" value="">
          <mxGeometry height="100" relative="1" width="100" as="geometry">
            <mxPoint x="1030" y="360" as="sourcePoint" />
            <mxPoint x="1130" y="260" as="targetPoint" />
          </mxGeometry>
        </mxCell>
        <mxCell id="QxH2S9N-whfPdTWI1Ru4-46" edge="1" parent="1" source="3OCup9Mj8i4Q2o5QPUCX-67" style="edgeStyle=entityRelationEdgeStyle;fontSize=12;html=1;endArrow=ERoneToMany;rounded=0;entryX=1;entryY=0.5;entryDx=0;entryDy=0;exitX=1;exitY=0.5;exitDx=0;exitDy=0;" target="3OCup9Mj8i4Q2o5QPUCX-15" value="">
          <mxGeometry height="100" relative="1" width="100" as="geometry">
            <mxPoint x="920" y="380" as="sourcePoint" />
            <mxPoint x="1020" y="280" as="targetPoint" />
          </mxGeometry>
        </mxCell>
        <mxCell id="QxH2S9N-whfPdTWI1Ru4-48" edge="1" parent="1" source="3OCup9Mj8i4Q2o5QPUCX-24" style="edgeStyle=entityRelationEdgeStyle;fontSize=12;html=1;endArrow=ERoneToMany;rounded=0;exitX=1;exitY=0.5;exitDx=0;exitDy=0;" target="3OCup9Mj8i4Q2o5QPUCX-28" value="">
          <mxGeometry height="100" relative="1" width="100" as="geometry">
            <mxPoint x="1030" y="360" as="sourcePoint" />
            <mxPoint x="1130" y="260" as="targetPoint" />
          </mxGeometry>
        </mxCell>
        <mxCell id="QxH2S9N-whfPdTWI1Ru4-49" edge="1" parent="1" source="3OCup9Mj8i4Q2o5QPUCX-34" style="edgeStyle=entityRelationEdgeStyle;fontSize=12;html=1;endArrow=ERoneToMany;rounded=0;exitX=0.998;exitY=0.316;exitDx=0;exitDy=0;entryX=0;entryY=0.5;entryDx=0;entryDy=0;exitPerimeter=0;" value="">
          <mxGeometry height="100" relative="1" width="100" as="geometry">
            <mxPoint x="970" y="500" as="sourcePoint" />
            <mxPoint x="1070" y="470" as="targetPoint" />
          </mxGeometry>
        </mxCell>
-         <mxCell id="QxH2S9N-whfPdTWI1Ru4-51" edge="1" parent="1" source="3OCup9Mj8i4Q2o5QPUCX-54" style="edgeStyle=entityRelationEdgeStyle;fontSize=12;html=1;endArrow=ERoneToMany;rounded=0;entryX=1.011;entryY=0.728;entryDx=0;entryDy=0;exitX=0;exitY=0.5;exitDx=0;exitDy=0;entryPerimeter=0;" target="3OCup9Mj8i4Q2o5QPUCX-44" value="">
-           <mxGeometry height="100" relative="1" width="100" as="geometry">
-             <mxPoint x="1030" y="360" as="sourcePoint" />
-             <mxPoint x="1130" y="260" as="targetPoint" />
+         <mxCell id="QxH2S9N-whfPdTWI1Ru4-51" edge="1" parent="1" source="3OCup9Mj8i4Q2o5QPUCX-54" style="edgeStyle=orthogonalEdgeStyle;fontSize=12;html=1;endArrow=ERoneToMany;rounded=0;exitX=0;exitY=0.773;exitDx=0;exitDy=0;exitPerimeter=0;" target="3OCup9Mj8i4Q2o5QPUCX-44" value="">
+           <mxGeometry height="100" relative="1" width="100" as="geometry">
+             <Array as="points">
+               <mxPoint x="1320" y="300" />
+             </Array>
+             <mxPoint x="1310" y="303.16" as="sourcePoint" />
+             <mxPoint x="1241.98" y="310" as="targetPoint" />
          </mxGeometry>
        </mxCell>
        <mxCell id="QxH2S9N-whfPdTWI1Ru4-52" edge="1" parent="1" source="QxH2S9N-whfPdTWI1Ru4-25" style="edgeStyle=orthogonalEdgeStyle;fontSize=12;html=1;endArrow=ERoneToMany;rounded=0;" target="3OCup9Mj8i4Q2o5QPUCX-40" value="">
          <mxGeometry height="100" relative="1" width="100" as="geometry">
            <Array as="points">
              <mxPoint x="1050" y="240" />
            </Array>
            <mxPoint x="1030" y="360" as="sourcePoint" />
            <mxPoint x="1130" y="260" as="targetPoint" />
          </mxGeometry>
        </mxCell>
        <mxCell id="QxH2S9N-whfPdTWI1Ru4-53" edge="1" parent="1" source="3OCup9Mj8i4Q2o5QPUCX-44" style="edgeStyle=orthogonalEdgeStyle;fontSize=12;html=1;endArrow=ERoneToMany;rounded=0;exitX=1;exitY=0.5;exitDx=0;exitDy=0;entryX=0;entryY=0.5;entryDx=0;entryDy=0;" target="QxH2S9N-whfPdTWI1Ru4-32" value="">
          <mxGeometry height="100" relative="1" width="100" as="geometry">
            <Array as="points">
              <mxPoint x="1250" y="240" />
              <mxPoint x="1295" y="240" />
              <mxPoint x="1295" y="135" />
            </Array>
            <mxPoint x="1030" y="360" as="sourcePoint" />
            <mxPoint x="1310" y="40" as="targetPoint" />
          </mxGeometry>
        </mxCell>
        <mxCell id="UkWT6WnGBP7Kp5KejFi3-1" edge="1" parent="1" source="3OCup9Mj8i4Q2o5QPUCX-14" style="edgeStyle=entityRelationEdgeStyle;fontSize=12;html=1;endArrow=ERmandOne;startArrow=ERmandOne;rounded=0;exitX=0.998;exitY=0.178;exitDx=0;exitDy=0;exitPerimeter=0;entryX=0;entryY=0.5;entryDx=0;entryDy=0;" target="3OCup9Mj8i4Q2o5QPUCX-44" value="">
          <mxGeometry height="100" relative="1" width="100" as="geometry">
            <mxPoint x="1080" y="330" as="sourcePoint" />
            <mxPoint x="1180" y="230" as="targetPoint" />
          </mxGeometry>
        </mxCell>
      </root>
    </mxGraphModel>
  </diagram>
</mxfile>
